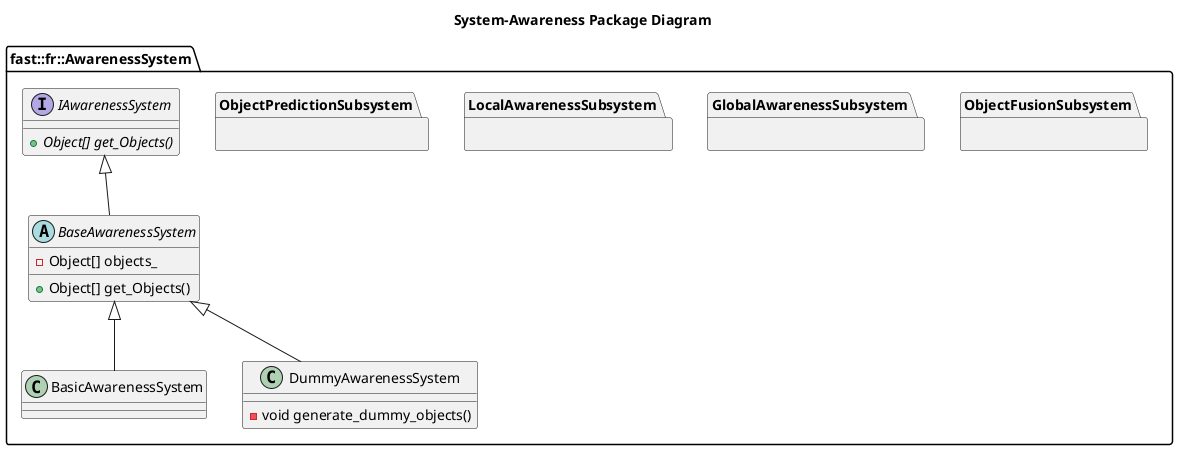
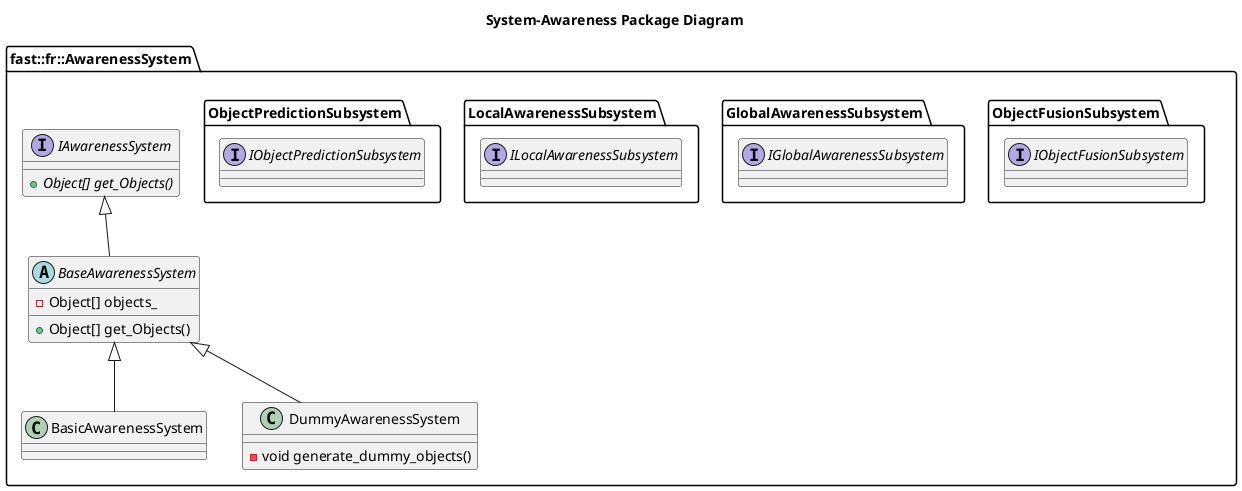
@startuml
title System-Awareness Package Diagram

namespace fast::fr::AwarenessSystem {
  together {
    namespace ObjectFusionSubsystem {
+       interface IObjectFusionSubsystem

    }
    namespace GlobalAwarenessSubsystem {
- 
+       interface IGlobalAwarenessSubsystem
    }
    namespace LocalAwarenessSubsystem {
- 
+       interface ILocalAwarenessSubsystem
    }
    namespace ObjectPredictionSubsystem {
- 
+       interface IObjectPredictionSubsystem
    }
  }
  interface IAwarenessSystem {
    +{abstract} Object[] get_Objects()
  }
  abstract BaseAwarenessSystem {
    +Object[] get_Objects()
    -Object[] objects_
  }
  IAwarenessSystem <|-- BaseAwarenessSystem
  class BasicAwarenessSystem {

  }
  BaseAwarenessSystem <|-- BasicAwarenessSystem
  class DummyAwarenessSystem {
    -void generate_dummy_objects()

  }
  BaseAwarenessSystem <|-- DummyAwarenessSystem

}
@enduml